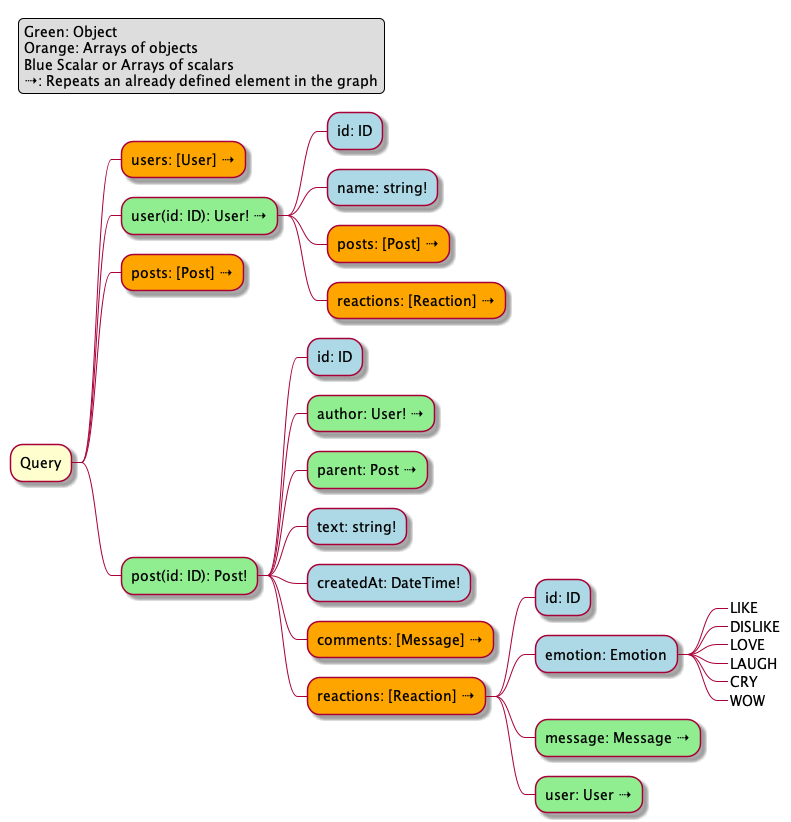
Adeynack/graphql_examples keeps this PlantUML diagram as out/schema_query/schema_query-1.png. Above is the earlier version.
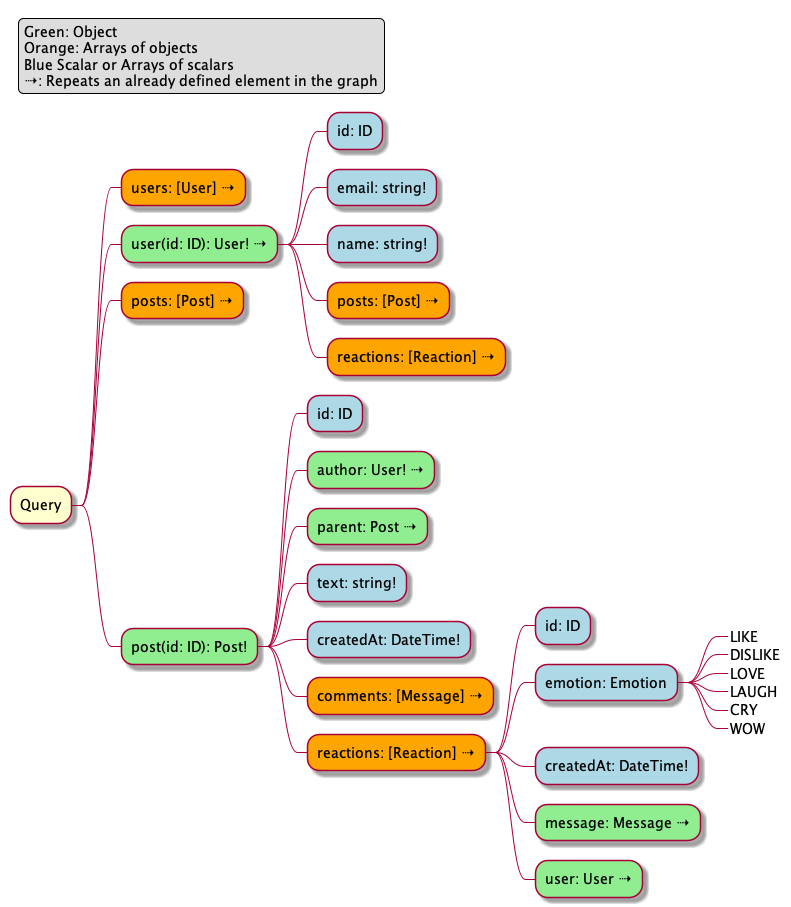
After the commit.

The edit, as a diff of the source:
```diff
@@ -4,6 +4,7 @@
 **[#orange] users: [User] ⇢
 **[#lightgreen] user(id: ID): User! ⇢
 ***[#lightblue] id: ID
+***[#lightblue] email: string!
 ***[#lightblue] name: string!
 ***[#orange] posts: [Post] ⇢
 ***[#orange] reactions: [Reaction] ⇢
@@ -24,6 +25,7 @@
 *****_ LAUGH
 *****_ CRY
 *****_ WOW
+****[#lightblue] createdAt: DateTime!
 ****[#lightgreen] message: Message ⇢
 ****[#lightgreen] user: User ⇢
 
```
